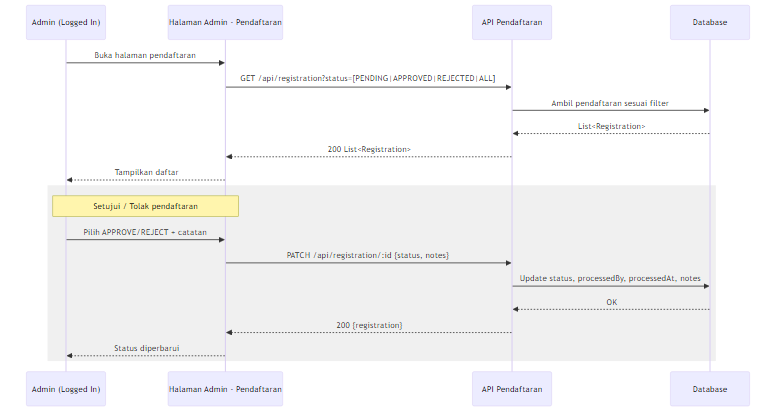
QilAqil/PPTB_BQ keeps this Mermaid diagram as public/diagrams/seq_manajemen_pendaftaran.png. Above is the earlier version. Its source is kept beside it as diagrams/seq_manajemen_pendaftaran.mmd.
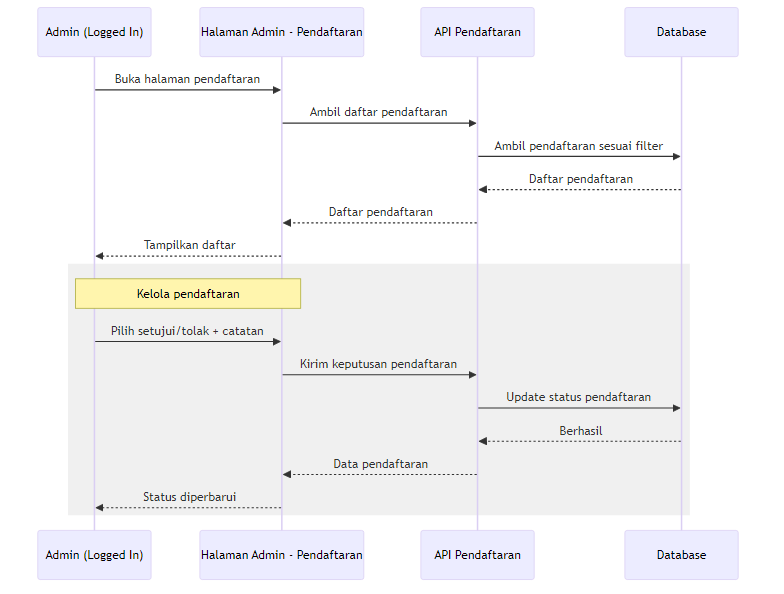
The same file after the commit.

Change to the diagram source:
```diff
@@ -5,18 +5,18 @@
   participant DB as Database
 
   A->>UI: Buka halaman pendaftaran
-  UI->>API: GET /api/registration?status=[PENDING|APPROVED|REJECTED|ALL]
+  UI->>API: Ambil daftar pendaftaran
   API->>DB: Ambil pendaftaran sesuai filter
-  DB-->>API: List<Registration>
-  API-->>UI: 200 List<Registration>
+  DB-->>API: Daftar pendaftaran
+  API-->>UI: Daftar pendaftaran
   UI-->>A: Tampilkan daftar
 
   rect rgb(240,240,240)
-    note over A,UI: Setujui / Tolak pendaftaran
-    A->>UI: Pilih APPROVE/REJECT + catatan
-    UI->>API: PATCH /api/registration/:id {status, notes}
-    API->>DB: Update status, processedBy, processedAt, notes
-    DB-->>API: OK
-    API-->>UI: 200 {registration}
+    note over A,UI: Kelola pendaftaran
+    A->>UI: Pilih setujui/tolak + catatan
+    UI->>API: Kirim keputusan pendaftaran
+    API->>DB: Update status pendaftaran
+    DB-->>API: Berhasil
+    API-->>UI: Data pendaftaran
     UI-->>A: Status diperbarui
   end
```
